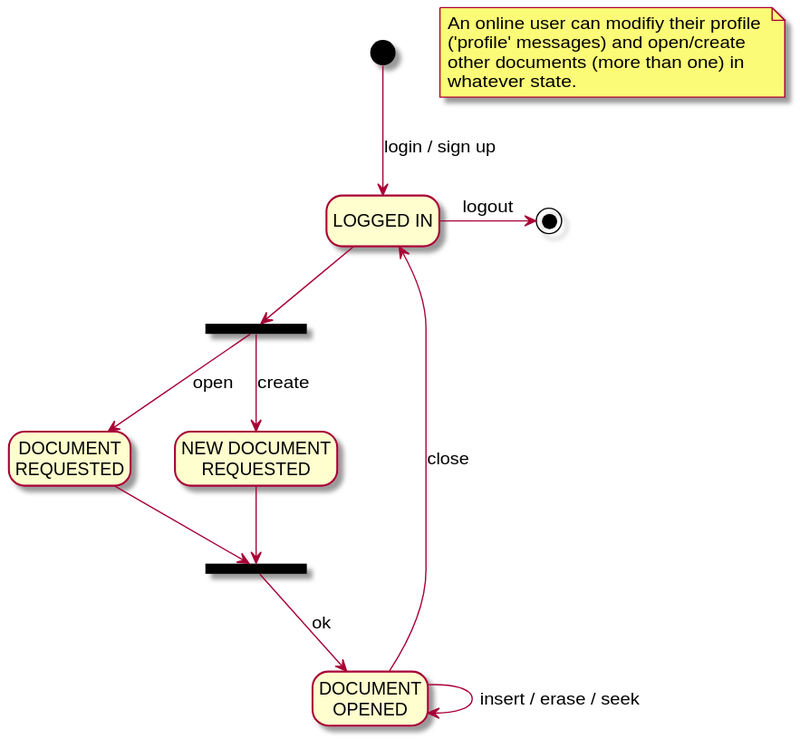
This is docs/plantuml/protocol.svg from franco-ruggeri/write-together, a PlantUML export, as it was before one commit. Source of this version:
```plantuml
@startuml
hide empty description

state "LOGGED IN" as li
state "DOCUMENT\nREQUESTED" as dr
state "NEW DOCUMENT\nREQUESTED" as ndr
state "DOCUMENT\nOPENED" as do
state fork <<fork>>
state join <<join>>

[*] --> li : login / sign up
li -> [*] : logout

li --> fork
fork --> dr : open
fork --> ndr : create
dr --> join
ndr --> join
join --> do : ok
do --> li : close

do --> do : insert / erase / seek

note as n
   An online user can modifiy their profile
   ('profile' messages) and open/create
   other documents (more than one) in
   whatever state.
end note
@enduml
```
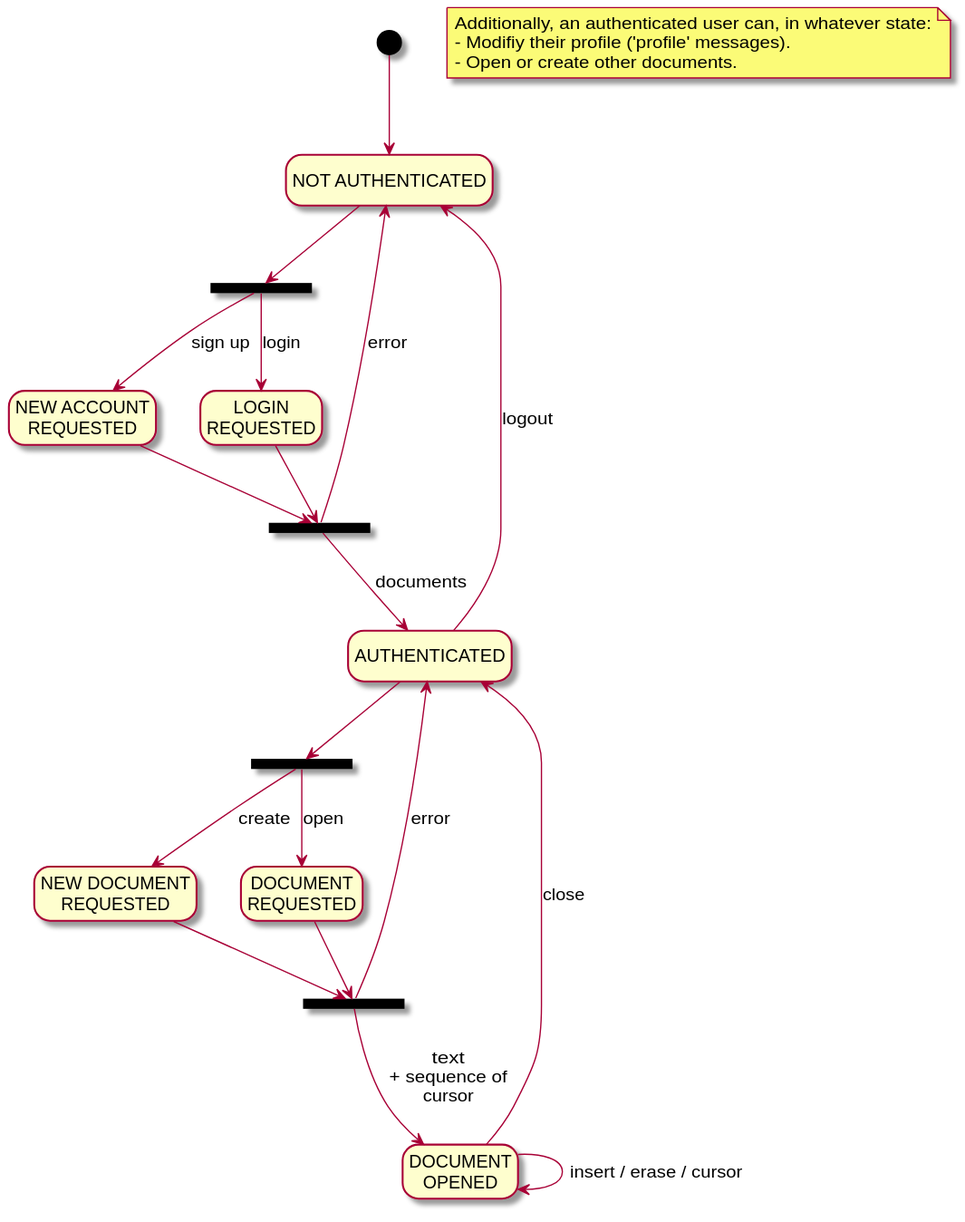
The same diagram one commit later.

Diff of the diagram source:
```diff
@@ -1,30 +1,43 @@
 @startuml
 hide empty description
 
-state "LOGGED IN" as li
+state "NOT AUTHENTICATED" as na
+state "LOGIN\nREQUESTED" as lr
+state "NEW ACCOUNT\nREQUESTED" as nar
+state "AUTHENTICATED" as a
 state "DOCUMENT\nREQUESTED" as dr
 state "NEW DOCUMENT\nREQUESTED" as ndr
 state "DOCUMENT\nOPENED" as do
-state fork <<fork>>
-state join <<join>>
+state fork_authentication <<fork>>
+state join_authentication <<join>>
+state fork_document <<fork>>
+state join_document <<join>>
 
-[*] --> li : login / sign up
-li -> [*] : logout
+[*] --> na
 
-li --> fork
-fork --> dr : open
-fork --> ndr : create
-dr --> join
-ndr --> join
-join --> do : ok
-do --> li : close
+na --> fork_authentication
+fork_authentication --> lr : login
+fork_authentication --> nar : sign up
+lr --> join_authentication
+nar --> join_authentication
+join_authentication --> a : documents
+join_authentication --> na : error
 
-do --> do : insert / erase / seek
+a --> na : logout
 
+a --> fork_document
+fork_document --> dr : open
+fork_document --> ndr : create
+dr --> join_document
+ndr --> join_document
+join_document --> do : text\n+ sequence of\ncursor
+join_document --> a : error
+do --> a : close
+
+do --> do : insert / erase / cursor
 note as n
-   An online user can modifiy their profile
-   ('profile' messages) and open/create
-   other documents (more than one) in
-   whatever state.
+   Additionally, an authenticated user can, in whatever state:
+   - Modifiy their profile ('profile' messages).
+   - Open or create other documents.
 end note
 @enduml
```
